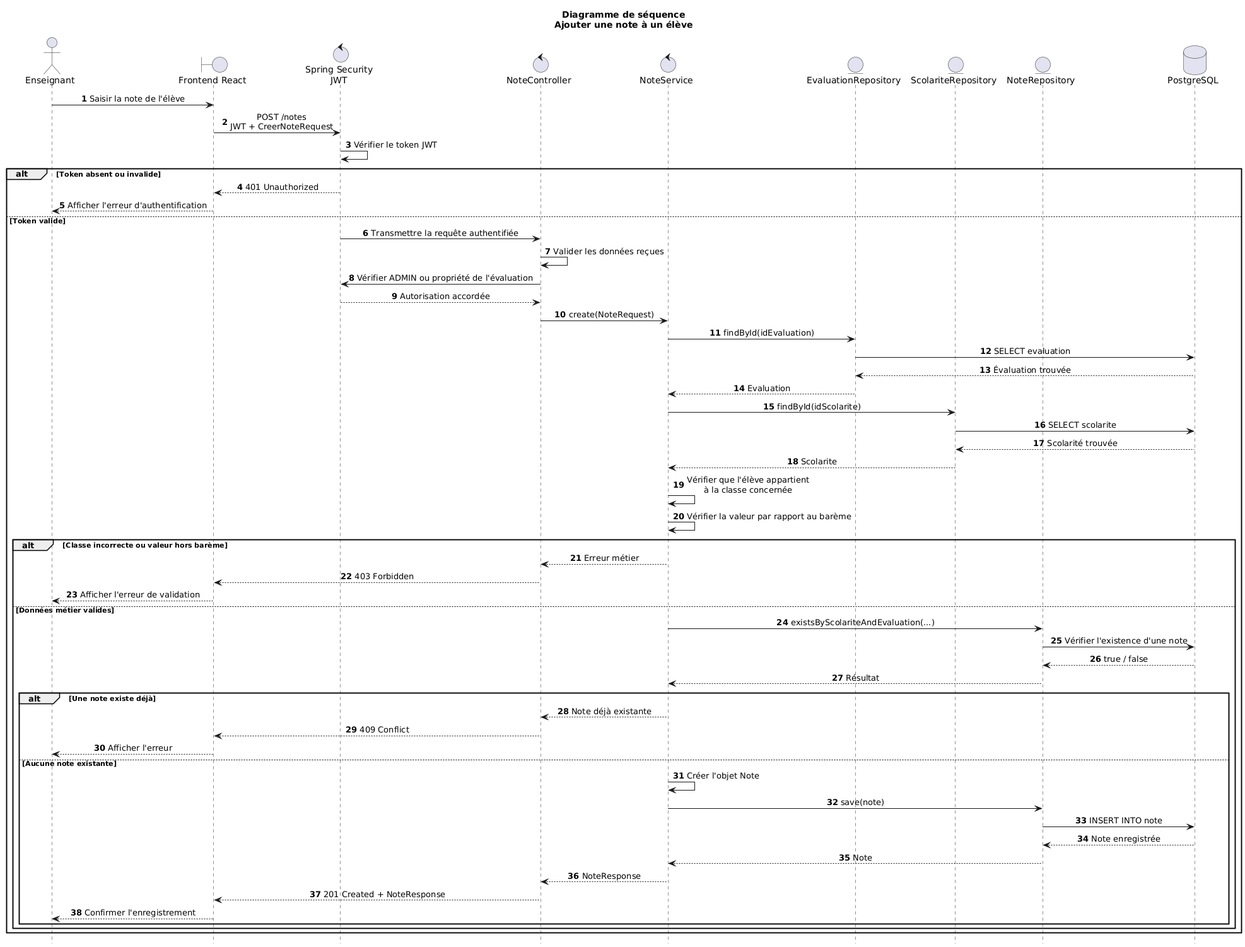
Before: docs/uml/sequence-ajouter-note.png, a diagram exported from PlantUML (Florian2524/gestion-eleves). The source it was exported from:
```plantuml
@startuml
!pragma layout smetana
hide footbox
title Diagramme de séquence\nAjouter une note à un élève

autonumber

skinparam shadowing false
skinparam responseMessageBelowArrow true
skinparam sequenceMessageAlign center

actor Enseignant

boundary "Frontend React" as Frontend
control "Spring Security\nJWT" as Security
control "NoteController" as Controller
control "NoteService" as Service

entity "EvaluationRepository" as EvaluationRepository
entity "ScolariteRepository" as ScolariteRepository
entity "NoteRepository" as NoteRepository

database "PostgreSQL" as Database

Enseignant -> Frontend : Saisir la note de l'élève
Frontend -> Security : POST /notes\nJWT + CreerNoteRequest

Security -> Security : Vérifier le token JWT

alt Token absent ou invalide

    Security --> Frontend : 401 Unauthorized
    Frontend --> Enseignant : Afficher l'erreur d'authentification

else Token valide

    Security -> Controller : Transmettre la requête authentifiée

    Controller -> Controller : Valider les données reçues
    Controller -> Security : Vérifier ADMIN ou propriété de l'évaluation
    Security --> Controller : Autorisation accordée
    Controller -> Service : create(NoteRequest)

    Service -> EvaluationRepository : findById(idEvaluation)
    EvaluationRepository -> Database : SELECT evaluation
    Database --> EvaluationRepository : Évaluation trouvée
    EvaluationRepository --> Service : Evaluation

    Service -> ScolariteRepository : findById(idScolarite)
    ScolariteRepository -> Database : SELECT scolarite
    Database --> ScolariteRepository : Scolarité trouvée
    ScolariteRepository --> Service : Scolarite

    Service -> Service : Vérifier que l'élève appartient\nà la classe concernée
    Service -> Service : Vérifier la valeur par rapport au barème

    alt Classe incorrecte ou valeur hors barème

        Service --> Controller : Erreur métier
        Controller --> Frontend : 403 Forbidden
        Frontend --> Enseignant : Afficher l'erreur de validation

    else Données métier valides

        Service -> NoteRepository : existsByScolariteAndEvaluation(...)
        NoteRepository -> Database : Vérifier l'existence d'une note
        Database --> NoteRepository : true / false
        NoteRepository --> Service : Résultat

        alt Une note existe déjà

            Service --> Controller : Note déjà existante
            Controller --> Frontend : 409 Conflict
            Frontend --> Enseignant : Afficher l'erreur

        else Aucune note existante

            Service -> Service : Créer l'objet Note
            Service -> NoteRepository : save(note)
            NoteRepository -> Database : INSERT INTO note
            Database --> NoteRepository : Note enregistrée
            NoteRepository --> Service : Note

            Service --> Controller : NoteResponse
            Controller --> Frontend : 201 Created + NoteResponse
            Frontend --> Enseignant : Confirmer l'enregistrement

        end
    end
end

@enduml
```
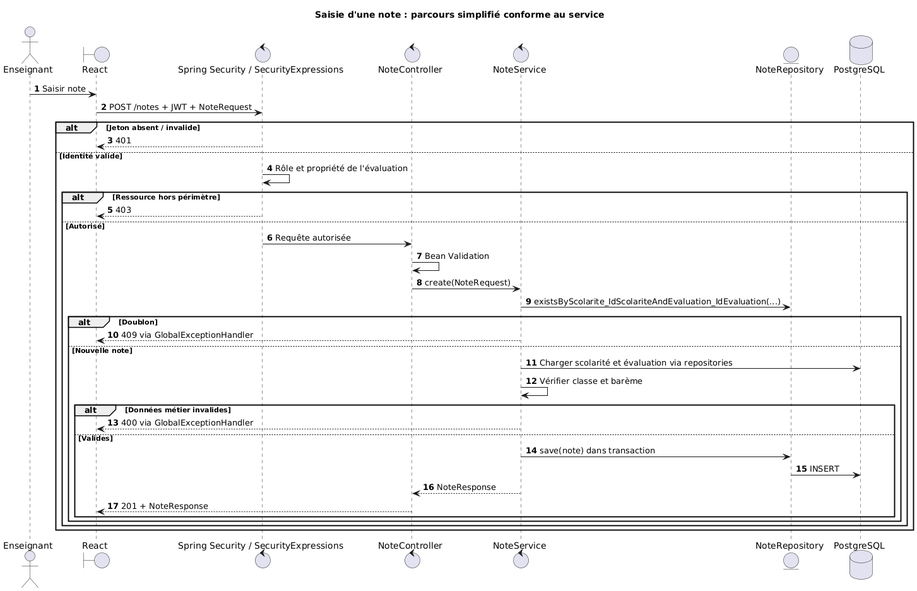
The same file after the commit.

Change to the diagram source:
```diff
@@ -1,92 +1,41 @@
 @startuml
 !pragma layout smetana
-hide footbox
-title Diagramme de séquence\nAjouter une note à un élève
-
+title Saisie d'une note : parcours simplifié conforme au service
 autonumber
-
-skinparam shadowing false
-skinparam responseMessageBelowArrow true
-skinparam sequenceMessageAlign center
-
 actor Enseignant
-
-boundary "Frontend React" as Frontend
-control "Spring Security\nJWT" as Security
-control "NoteController" as Controller
-control "NoteService" as Service
-
-entity "EvaluationRepository" as EvaluationRepository
-entity "ScolariteRepository" as ScolariteRepository
-entity "NoteRepository" as NoteRepository
-
-database "PostgreSQL" as Database
-
-Enseignant -> Frontend : Saisir la note de l'élève
-Frontend -> Security : POST /notes\nJWT + CreerNoteRequest
-
-Security -> Security : Vérifier le token JWT
-
-alt Token absent ou invalide
-
-    Security --> Frontend : 401 Unauthorized
-    Frontend --> Enseignant : Afficher l'erreur d'authentification
-
-else Token valide
-
-    Security -> Controller : Transmettre la requête authentifiée
-
-    Controller -> Controller : Valider les données reçues
-    Controller -> Security : Vérifier ADMIN ou propriété de l'évaluation
-    Security --> Controller : Autorisation accordée
-    Controller -> Service : create(NoteRequest)
-
-    Service -> EvaluationRepository : findById(idEvaluation)
-    EvaluationRepository -> Database : SELECT evaluation
-    Database --> EvaluationRepository : Évaluation trouvée
-    EvaluationRepository --> Service : Evaluation
-
-    Service -> ScolariteRepository : findById(idScolarite)
-    ScolariteRepository -> Database : SELECT scolarite
-    Database --> ScolariteRepository : Scolarité trouvée
-    ScolariteRepository --> Service : Scolarite
-
-    Service -> Service : Vérifier que l'élève appartient\nà la classe concernée
-    Service -> Service : Vérifier la valeur par rapport au barème
-
-    alt Classe incorrecte ou valeur hors barème
-
-        Service --> Controller : Erreur métier
-        Controller --> Frontend : 403 Forbidden
-        Frontend --> Enseignant : Afficher l'erreur de validation
-
-    else Données métier valides
-
-        Service -> NoteRepository : existsByScolariteAndEvaluation(...)
-        NoteRepository -> Database : Vérifier l'existence d'une note
-        Database --> NoteRepository : true / false
-        NoteRepository --> Service : Résultat
-
-        alt Une note existe déjà
-
-            Service --> Controller : Note déjà existante
-            Controller --> Frontend : 409 Conflict
-            Frontend --> Enseignant : Afficher l'erreur
-
-        else Aucune note existante
-
-            Service -> Service : Créer l'objet Note
-            Service -> NoteRepository : save(note)
-            NoteRepository -> Database : INSERT INTO note
-            Database --> NoteRepository : Note enregistrée
-            NoteRepository --> Service : Note
-
-            Service --> Controller : NoteResponse
-            Controller --> Frontend : 201 Created + NoteResponse
-            Frontend --> Enseignant : Confirmer l'enregistrement
-
-        end
-    end
+boundary React
+control "Spring Security / SecurityExpressions" as Security
+control NoteController
+control NoteService
+entity NoteRepository
+database PostgreSQL
+Enseignant -> React : Saisir note
+React -> Security : POST /notes + JWT + NoteRequest
+alt Jeton absent / invalide
+ Security --> React : 401
+else Identité valide
+ Security -> Security : Rôle et propriété de l'évaluation
+ alt Ressource hors périmètre
+  Security --> React : 403
+ else Autorisé
+  Security -> NoteController : Requête autorisée
+  NoteController -> NoteController : Bean Validation
+  NoteController -> NoteService : create(NoteRequest)
+  NoteService -> NoteRepository : existsByScolarite_IdScolariteAndEvaluation_IdEvaluation(...)
+  alt Doublon
+   NoteService --> React : 409 via GlobalExceptionHandler
+  else Nouvelle note
+   NoteService -> PostgreSQL : Charger scolarité et évaluation via repositories
+   NoteService -> NoteService : Vérifier classe et barème
+   alt Données métier invalides
+    NoteService --> React : 400 via GlobalExceptionHandler
+   else Valides
+    NoteService -> NoteRepository : save(note) dans transaction
+    NoteRepository -> PostgreSQL : INSERT
+    NoteService --> NoteController : NoteResponse
+    NoteController --> React : 201 + NoteResponse
+   end
+  end
+ end
 end
-
 @enduml
```
